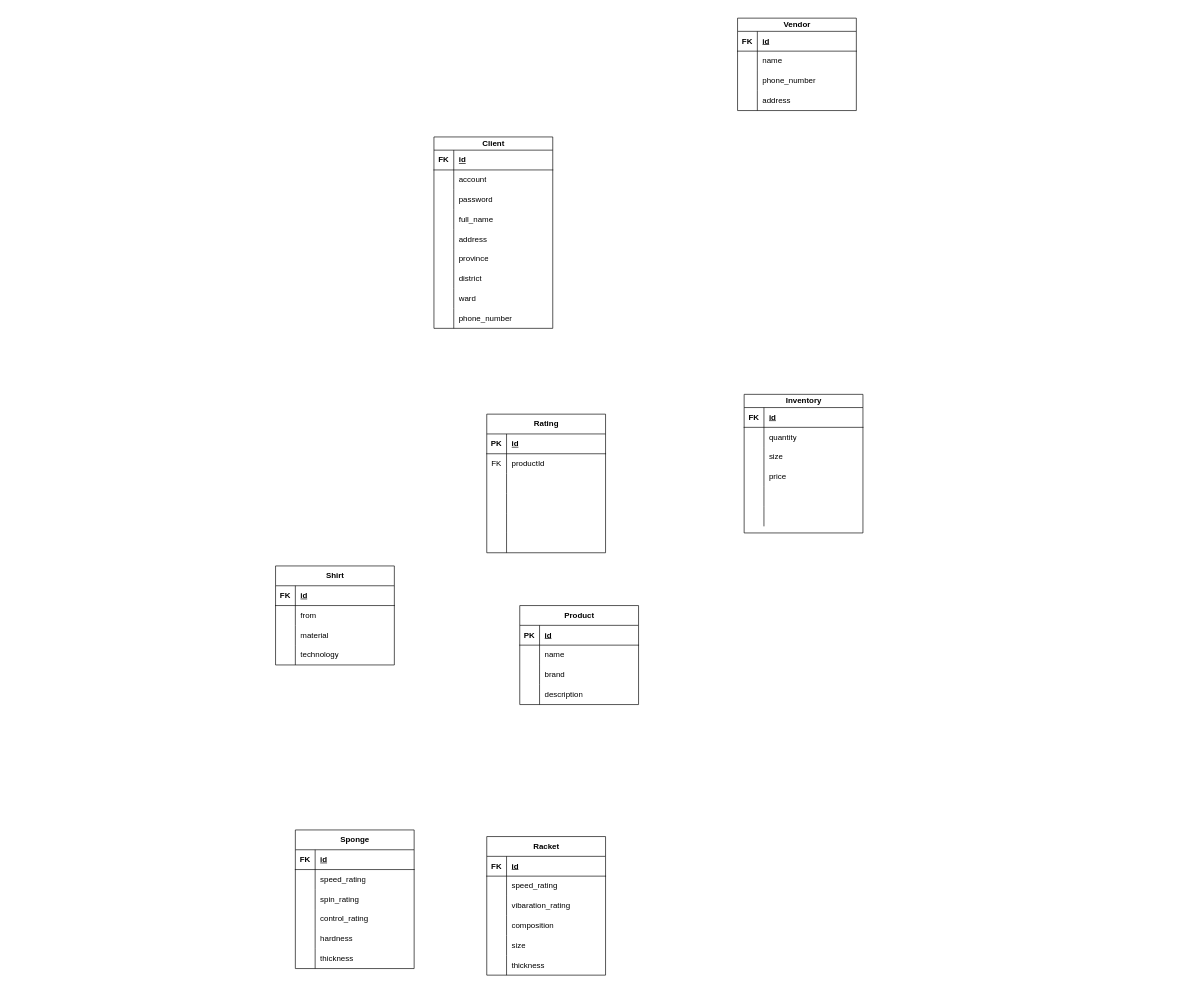
Earlier version of the draw.io diagram ClassDiagram.drawio (n0aHVN/TableTennisShop). Source tidied: cells renumbered, new cells numbered last; positions are measured from the earlier drawing's top-left corner, leaving out a move shared by most shapes. Both pictures are drawn from the tidied source at 66%, with x=0, y=0 at pixel (275, 18).
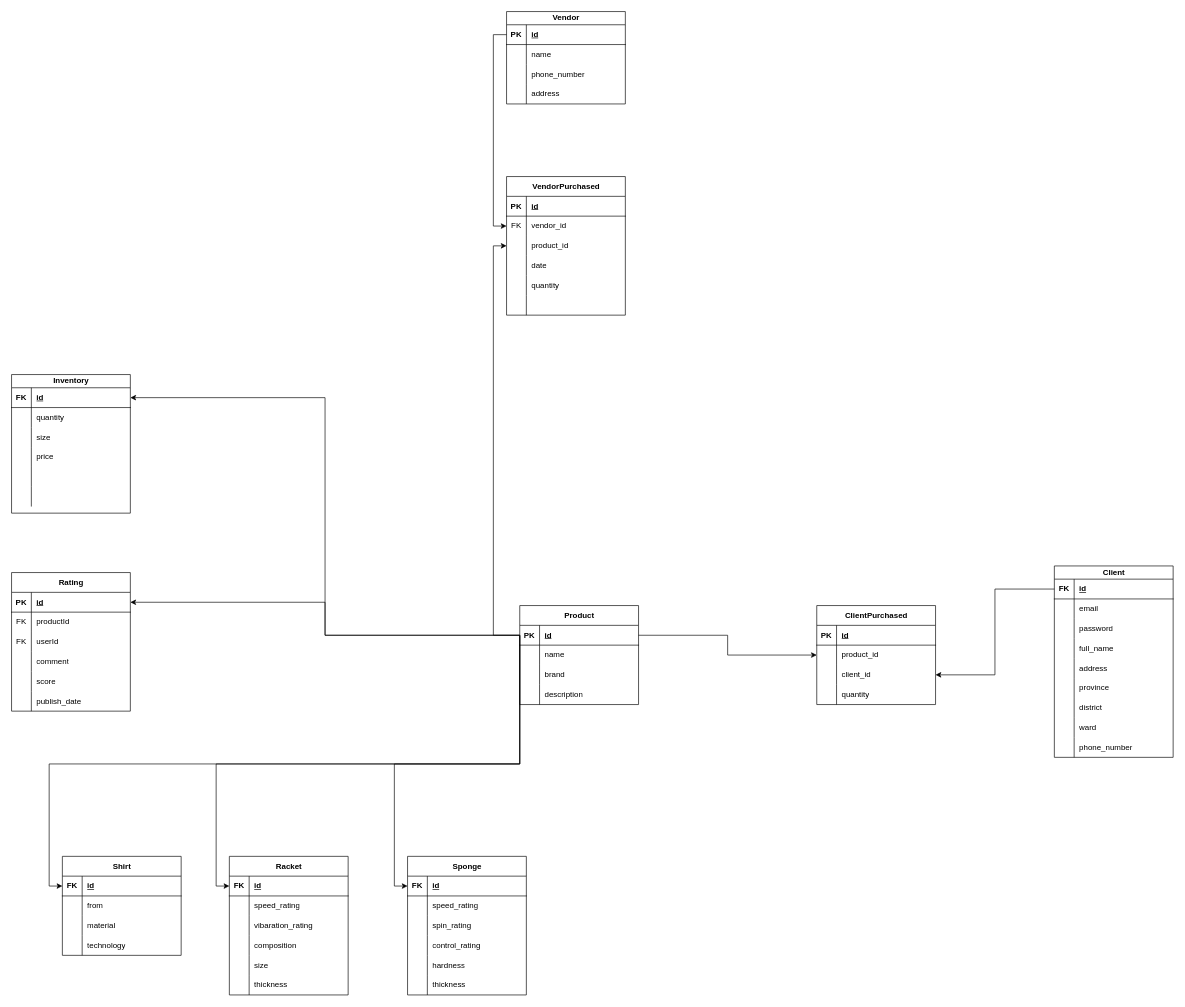
After the change.

Unchanged cells that the change refers to:
```xml
<mxCell id="3" style="shape=tableRow;horizontal=0;startSize=0;swimlaneHead=0;swimlaneBody=0;fillColor=none;points=[[0,0.5],[1,0.5]];portConstraint=eastwest;top=0;left=0;right=0;bottom=1;" parent="2" vertex="1">
  <mxGeometry y="30" width="180" height="30" as="geometry" />
</mxCell>
<mxCell id="22" style="shape=tableRow;horizontal=0;startSize=0;swimlaneHead=0;swimlaneBody=0;fillColor=none;points=[[0,0.5],[1,0.5]];portConstraint=eastwest;top=0;left=0;right=0;bottom=1;" parent="21" vertex="1">
  <mxGeometry y="30" width="180" height="30" as="geometry" />
</mxCell>
<mxCell id="28" style="shape=tableRow;horizontal=0;startSize=0;swimlaneHead=0;swimlaneBody=0;fillColor=none;top=0;left=0;right=0;bottom=0;" parent="21" vertex="1">
  <mxGeometry y="90" width="180" height="30" as="geometry" />
</mxCell>
<mxCell id="31" style="shape=tableRow;horizontal=0;startSize=0;swimlaneHead=0;swimlaneBody=0;fillColor=none;top=0;left=0;right=0;bottom=0;" parent="21" vertex="1">
  <mxGeometry y="120" width="180" height="30" as="geometry" />
</mxCell>
<mxCell id="34" style="shape=tableRow;horizontal=0;startSize=0;swimlaneHead=0;swimlaneBody=0;fillColor=none;top=0;left=0;right=0;bottom=0;" parent="21" vertex="1">
  <mxGeometry y="150" width="180" height="30" as="geometry" />
</mxCell>
<mxCell id="37" style="shape=tableRow;horizontal=0;startSize=0;swimlaneHead=0;swimlaneBody=0;fillColor=none;top=0;left=0;right=0;bottom=0;" parent="21" vertex="1">
  <mxGeometry y="180" width="180" height="30" as="geometry" />
</mxCell>
<mxCell id="41" style="shape=tableRow;horizontal=0;startSize=0;swimlaneHead=0;swimlaneBody=0;fillColor=none;points=[[0,0.5],[1,0.5]];portConstraint=eastwest;top=0;left=0;right=0;bottom=1;" parent="40" vertex="1">
  <mxGeometry y="30" width="180" height="30" as="geometry" />
</mxCell>
<mxCell id="60" style="shape=tableRow;horizontal=0;startSize=0;swimlaneHead=0;swimlaneBody=0;fillColor=none;points=[[0,0.5],[1,0.5]];portConstraint=eastwest;top=0;left=0;right=0;bottom=1;" parent="59" vertex="1">
  <mxGeometry y="30" width="180" height="30" as="geometry" />
</mxCell>
<mxCell id="73" style="shape=tableRow;horizontal=0;startSize=0;swimlaneHead=0;swimlaneBody=0;fillColor=none;points=[[0,0.5],[1,0.5]];portConstraint=eastwest;top=0;left=0;right=0;bottom=1;" parent="72" vertex="1">
  <mxGeometry y="20" width="180" height="30" as="geometry" />
</mxCell>
<mxCell id="92" style="shape=tableRow;horizontal=0;startSize=0;swimlaneHead=0;swimlaneBody=0;fillColor=none;points=[[0,0.5],[1,0.5]];portConstraint=eastwest;top=0;left=0;right=0;bottom=1;" parent="91" vertex="1">
  <mxGeometry y="30" width="180" height="30" as="geometry" />
</mxCell>
<mxCell id="105" style="shape=tableRow;horizontal=0;startSize=0;swimlaneHead=0;swimlaneBody=0;fillColor=none;points=[[0,0.5],[1,0.5]];portConstraint=eastwest;top=0;left=0;right=0;bottom=1;" parent="104" vertex="1">
  <mxGeometry y="20" width="180" height="30" as="geometry" />
</mxCell>
<mxCell id="108" style="shape=tableRow;horizontal=0;startSize=0;swimlaneHead=0;swimlaneBody=0;fillColor=none;top=0;left=0;right=0;bottom=0;" parent="104" vertex="1">
  <mxGeometry y="50" width="180" height="30" as="geometry" />
</mxCell>
<mxCell id="133" style="shape=tableRow;horizontal=0;startSize=0;swimlaneHead=0;swimlaneBody=0;fillColor=none;points=[[0,0.5],[1,0.5]];portConstraint=eastwest;top=0;left=0;right=0;bottom=1;" parent="132" vertex="1">
  <mxGeometry y="20" width="180" height="30" as="geometry" />
</mxCell>
```

The edit, as a diff of the source:
```diff
@@
     <mxCell id="2" value="Racket" style="shape=table;startSize=30;childLayout=tableLayout;rowLines=0;fontStyle=1;align=center;html=1;" parent="1" vertex="1">
-      <mxGeometry x="320" y="1240" width="180" height="210" as="geometry" />
+      <mxGeometry x="-70" y="1270" width="180" height="210" as="geometry" />
     </mxCell>
@@
     <mxCell id="21" value="Rating" style="shape=table;startSize=30;childLayout=tableLayout;rowLines=0;fontStyle=1;align=center;html=1;" parent="1" vertex="1">
-      <mxGeometry x="320" y="600" width="180" height="210" as="geometry" />
+      <mxGeometry x="-400" y="840" width="180" height="210" as="geometry" />
     </mxCell>
@@
-    <mxCell id="29" style="shape=partialRectangle;fillColor=none;top=0;left=0;bottom=0;right=0;overflow=hidden;whiteSpace=wrap;html=1;" parent="28" vertex="1">
+    <mxCell id="29" value="FK" style="shape=partialRectangle;fillColor=none;top=0;left=0;bottom=0;right=0;overflow=hidden;whiteSpace=wrap;html=1;" parent="28" vertex="1">
       <mxGeometry width="30" height="30" as="geometry" />
     </mxCell>
-    <mxCell id="30" style="shape=partialRectangle;fillColor=none;top=0;left=0;bottom=0;right=0;align=left;spacingLeft=6;overflow=hidden;whiteSpace=wrap;html=1;" parent="28" vertex="1">
+    <mxCell id="30" value="userId" style="shape=partialRectangle;fillColor=none;top=0;left=0;bottom=0;right=0;align=left;spacingLeft=6;overflow=hidden;whiteSpace=wrap;html=1;" parent="28" vertex="1">
       <mxGeometry x="30" width="150" height="30" as="geometry" />
     </mxCell>
@@
-    <mxCell id="33" style="shape=partialRectangle;fillColor=none;top=0;left=0;bottom=0;right=0;align=left;spacingLeft=6;overflow=hidden;whiteSpace=wrap;html=1;" parent="31" vertex="1">
+    <mxCell id="33" value="comment" style="shape=partialRectangle;fillColor=none;top=0;left=0;bottom=0;right=0;align=left;spacingLeft=6;overflow=hidden;whiteSpace=wrap;html=1;" parent="31" vertex="1">
       <mxGeometry x="30" width="150" height="30" as="geometry" />
     </mxCell>
@@
-    <mxCell id="36" style="shape=partialRectangle;fillColor=none;top=0;left=0;bottom=0;right=0;align=left;spacingLeft=6;overflow=hidden;whiteSpace=wrap;html=1;" parent="34" vertex="1">
+    <mxCell id="36" value="score" style="shape=partialRectangle;fillColor=none;top=0;left=0;bottom=0;right=0;align=left;spacingLeft=6;overflow=hidden;whiteSpace=wrap;html=1;" parent="34" vertex="1">
       <mxGeometry x="30" width="150" height="30" as="geometry" />
     </mxCell>
@@
-    <mxCell id="39" style="shape=partialRectangle;fillColor=none;top=0;left=0;bottom=0;right=0;align=left;spacingLeft=6;overflow=hidden;whiteSpace=wrap;html=1;" parent="37" vertex="1">
+    <mxCell id="39" value="publish_date" style="shape=partialRectangle;fillColor=none;top=0;left=0;bottom=0;right=0;align=left;spacingLeft=6;overflow=hidden;whiteSpace=wrap;html=1;" parent="37" vertex="1">
       <mxGeometry x="30" width="150" height="30" as="geometry" />
     </mxCell>
     <mxCell id="40" value="Sponge" style="shape=table;startSize=30;childLayout=tableLayout;rowLines=0;fontStyle=1;align=center;html=1;" parent="1" vertex="1">
-      <mxGeometry x="30" y="1230" width="180" height="210" as="geometry" />
+      <mxGeometry x="200" y="1270" width="180" height="210" as="geometry" />
     </mxCell>
@@
     <mxCell id="59" value="Shirt" style="shape=table;startSize=30;childLayout=tableLayout;rowLines=0;fontStyle=1;align=center;html=1;" parent="1" vertex="1">
-      <mxGeometry y="830" width="180" height="150" as="geometry" />
+      <mxGeometry x="-323" y="1270" width="180" height="150" as="geometry" />
     </mxCell>
@@
     <mxCell id="72" value="Inventory" style="shape=table;startSize=20;childLayout=tableLayout;rowLines=0;fontStyle=1;align=center;html=1;" parent="1" vertex="1">
-      <mxGeometry x="710" y="570" width="180" height="210" as="geometry" />
+      <mxGeometry x="-400" y="540" width="180" height="210" as="geometry" />
     </mxCell>
@@
     <mxCell id="104" value="Client" style="shape=table;startSize=20;childLayout=tableLayout;rowLines=0;fontStyle=1;align=center;html=1;" parent="1" vertex="1">
-      <mxGeometry x="240" y="180" width="180" height="290" as="geometry" />
+      <mxGeometry x="1180" y="830" width="180" height="290" as="geometry" />
     </mxCell>
@@
-    <mxCell id="110" value="account" style="shape=partialRectangle;fillColor=none;top=0;left=0;bottom=0;right=0;align=left;spacingLeft=6;overflow=hidden;whiteSpace=wrap;html=1;" parent="108" vertex="1">
+    <mxCell id="110" value="email" style="shape=partialRectangle;fillColor=none;top=0;left=0;bottom=0;right=0;align=left;spacingLeft=6;overflow=hidden;whiteSpace=wrap;html=1;" parent="108" vertex="1">
       <mxGeometry x="30" width="150" height="30" as="geometry" />
     </mxCell>
@@
     <mxCell id="132" value="Vendor" style="shape=table;startSize=20;childLayout=tableLayout;rowLines=0;fontStyle=1;align=center;html=1;" parent="1" vertex="1">
-      <mxGeometry x="700" width="180" height="140" as="geometry" />
+      <mxGeometry x="350" y="-10" width="180" height="140" as="geometry" />
     </mxCell>
@@
-    <mxCell id="134" value="FK" style="shape=partialRectangle;fillColor=none;top=0;left=0;bottom=0;right=0;fontStyle=1;overflow=hidden;whiteSpace=wrap;html=1;" parent="133" vertex="1">
+    <mxCell id="134" value="PK" style="shape=partialRectangle;fillColor=none;top=0;left=0;bottom=0;right=0;fontStyle=1;overflow=hidden;whiteSpace=wrap;html=1;" parent="133" vertex="1">
       <mxGeometry width="30" height="30" as="geometry" />
     </mxCell>
@@
+    <mxCell id="145" style="edgeStyle=orthogonalEdgeStyle;rounded=0;jettySize=auto;html=1;exitX=0;exitY=0.5;exitDx=0;exitDy=0;entryX=0;entryY=0.5;entryDx=0;entryDy=0;" parent="1" edge="1" source="92" target="41">
+      <mxGeometry relative="1" as="geometry">
+        <Array as="points">
+          <mxPoint x="370" y="1130" />
+          <mxPoint x="180" y="1130" />
+          <mxPoint x="180" y="1315" />
+        </Array>
+      </mxGeometry>
+    </mxCell>
+    <mxCell id="146" style="edgeStyle=orthogonalEdgeStyle;rounded=0;jettySize=auto;html=1;exitX=0;exitY=0.5;exitDx=0;exitDy=0;entryX=0;entryY=0.5;entryDx=0;entryDy=0;" parent="1" edge="1" source="92" target="3">
+      <mxGeometry relative="1" as="geometry">
+        <Array as="points">
+          <mxPoint x="370" y="1130" />
+          <mxPoint x="-90" y="1130" />
+          <mxPoint x="-90" y="1315" />
+        </Array>
+      </mxGeometry>
+    </mxCell>
+    <mxCell id="147" style="edgeStyle=orthogonalEdgeStyle;rounded=0;jettySize=auto;html=1;exitX=0;exitY=0.5;exitDx=0;exitDy=0;entryX=0;entryY=0.5;entryDx=0;entryDy=0;" parent="1" edge="1" source="92" target="60">
+      <mxGeometry relative="1" as="geometry">
+        <Array as="points">
+          <mxPoint x="370" y="1130" />
+          <mxPoint x="-343" y="1130" />
+          <mxPoint x="-343" y="1315" />
+        </Array>
+      </mxGeometry>
+    </mxCell>
+    <mxCell id="148" style="edgeStyle=orthogonalEdgeStyle;rounded=0;jettySize=auto;html=1;exitX=0;exitY=0.5;exitDx=0;exitDy=0;entryX=1;entryY=0.5;entryDx=0;entryDy=0;" parent="1" edge="1" source="92" target="22">
+      <mxGeometry relative="1" as="geometry" />
+    </mxCell>
+    <mxCell id="149" style="edgeStyle=orthogonalEdgeStyle;rounded=0;jettySize=auto;html=1;exitX=0;exitY=0.5;exitDx=0;exitDy=0;entryX=1;entryY=0.5;entryDx=0;entryDy=0;" parent="1" edge="1" source="92" target="73">
+      <mxGeometry relative="1" as="geometry" />
+    </mxCell>
+    <mxCell id="150" value="VendorPurchased" style="shape=table;startSize=30;childLayout=tableLayout;rowLines=0;fontStyle=1;align=center;html=1;" parent="1" vertex="1">
+      <mxGeometry x="350" y="240" width="180" height="210" as="geometry" />
+    </mxCell>
+    <mxCell id="151" style="shape=tableRow;horizontal=0;startSize=0;swimlaneHead=0;swimlaneBody=0;fillColor=none;top=0;left=0;right=0;bottom=1;" parent="150" vertex="1">
+      <mxGeometry y="30" width="180" height="30" as="geometry" />
+    </mxCell>
+    <mxCell id="152" value="PK" style="shape=partialRectangle;fillColor=none;top=0;left=0;bottom=0;right=0;fontStyle=1;overflow=hidden;whiteSpace=wrap;html=1;" parent="151" vertex="1">
+      <mxGeometry width="30" height="30" as="geometry" />
+    </mxCell>
+    <mxCell id="153" value="id" style="shape=partialRectangle;fillColor=none;top=0;left=0;bottom=0;right=0;align=left;spacingLeft=6;fontStyle=5;overflow=hidden;whiteSpace=wrap;html=1;" parent="151" vertex="1">
+      <mxGeometry x="30" width="150" height="30" as="geometry" />
+    </mxCell>
+    <mxCell id="154" style="shape=tableRow;horizontal=0;startSize=0;swimlaneHead=0;swimlaneBody=0;fillColor=none;points=[[0,0.5],[1,0.5]];portConstraint=eastwest;top=0;left=0;right=0;bottom=0;" parent="150" vertex="1">
+      <mxGeometry y="60" width="180" height="30" as="geometry" />
+    </mxCell>
+    <mxCell id="155" value="FK" style="shape=partialRectangle;fillColor=none;top=0;left=0;bottom=0;right=0;overflow=hidden;whiteSpace=wrap;html=1;" parent="154" vertex="1">
+      <mxGeometry width="30" height="30" as="geometry" />
+    </mxCell>
+    <mxCell id="156" value="vendor_id" style="shape=partialRectangle;fillColor=none;top=0;left=0;bottom=0;right=0;align=left;spacingLeft=6;overflow=hidden;whiteSpace=wrap;html=1;" parent="154" vertex="1">
+      <mxGeometry x="30" width="150" height="30" as="geometry" />
+    </mxCell>
+    <mxCell id="157" style="shape=tableRow;horizontal=0;startSize=0;swimlaneHead=0;swimlaneBody=0;fillColor=none;points=[[0,0.5],[1,0.5]];portConstraint=eastwest;top=0;left=0;right=0;bottom=0;" parent="150" vertex="1">
+      <mxGeometry y="90" width="180" height="30" as="geometry" />
+    </mxCell>
+    <mxCell id="158" style="shape=partialRectangle;fillColor=none;top=0;left=0;bottom=0;right=0;overflow=hidden;whiteSpace=wrap;html=1;" parent="157" vertex="1">
+      <mxGeometry width="30" height="30" as="geometry" />
+    </mxCell>
+    <mxCell id="159" value="product_id" style="shape=partialRectangle;fillColor=none;top=0;left=0;bottom=0;right=0;align=left;spacingLeft=6;overflow=hidden;whiteSpace=wrap;html=1;" parent="157" vertex="1">
+      <mxGeometry x="30" width="150" height="30" as="geometry" />
+    </mxCell>
+    <mxCell id="160" style="shape=tableRow;horizontal=0;startSize=0;swimlaneHead=0;swimlaneBody=0;fillColor=none;top=0;left=0;right=0;bottom=0;" parent="150" vertex="1">
+      <mxGeometry y="120" width="180" height="30" as="geometry" />
+    </mxCell>
+    <mxCell id="161" style="shape=partialRectangle;fillColor=none;top=0;left=0;bottom=0;right=0;overflow=hidden;whiteSpace=wrap;html=1;" parent="160" vertex="1">
+      <mxGeometry width="30" height="30" as="geometry" />
+    </mxCell>
+    <mxCell id="162" value="date" style="shape=partialRectangle;fillColor=none;top=0;left=0;bottom=0;right=0;align=left;spacingLeft=6;overflow=hidden;whiteSpace=wrap;html=1;" parent="160" vertex="1">
+      <mxGeometry x="30" width="150" height="30" as="geometry" />
+    </mxCell>
+    <mxCell id="163" style="shape=tableRow;horizontal=0;startSize=0;swimlaneHead=0;swimlaneBody=0;fillColor=none;top=0;left=0;right=0;bottom=0;" parent="150" vertex="1">
+      <mxGeometry y="150" width="180" height="30" as="geometry" />
+    </mxCell>
+    <mxCell id="164" style="shape=partialRectangle;fillColor=none;top=0;left=0;bottom=0;right=0;overflow=hidden;whiteSpace=wrap;html=1;" parent="163" vertex="1">
+      <mxGeometry width="30" height="30" as="geometry" />
+    </mxCell>
+    <mxCell id="165" value="quantity" style="shape=partialRectangle;fillColor=none;top=0;left=0;bottom=0;right=0;align=left;spacingLeft=6;overflow=hidden;whiteSpace=wrap;html=1;" parent="163" vertex="1">
+      <mxGeometry x="30" width="150" height="30" as="geometry" />
+    </mxCell>
+    <mxCell id="166" style="shape=tableRow;horizontal=0;startSize=0;swimlaneHead=0;swimlaneBody=0;fillColor=none;top=0;left=0;right=0;bottom=0;" parent="150" vertex="1">
+      <mxGeometry y="180" width="180" height="30" as="geometry" />
+    </mxCell>
+    <mxCell id="167" style="shape=partialRectangle;fillColor=none;top=0;left=0;bottom=0;right=0;overflow=hidden;whiteSpace=wrap;html=1;" parent="166" vertex="1">
+      <mxGeometry width="30" height="30" as="geometry" />
+    </mxCell>
+    <mxCell id="168" style="shape=partialRectangle;fillColor=none;top=0;left=0;bottom=0;right=0;align=left;spacingLeft=6;overflow=hidden;whiteSpace=wrap;html=1;" parent="166" vertex="1">
+      <mxGeometry x="30" width="150" height="30" as="geometry" />
+    </mxCell>
+    <mxCell id="169" style="edgeStyle=orthogonalEdgeStyle;rounded=0;jettySize=auto;html=1;exitX=0;exitY=0.5;exitDx=0;exitDy=0;entryX=0;entryY=0.5;entryDx=0;entryDy=0;" parent="1" edge="1" source="92" target="157">
+      <mxGeometry relative="1" as="geometry" />
+    </mxCell>
+    <mxCell id="170" style="edgeStyle=orthogonalEdgeStyle;rounded=0;jettySize=auto;html=1;exitX=0;exitY=0.5;exitDx=0;exitDy=0;entryX=0;entryY=0.5;entryDx=0;entryDy=0;" parent="1" edge="1" source="133" target="154">
+      <mxGeometry relative="1" as="geometry" />
+    </mxCell>
+    <mxCell id="171" value="ClientPurchased" style="shape=table;startSize=30;childLayout=tableLayout;rowLines=0;fontStyle=1;align=center;html=1;" parent="1" vertex="1">
+      <mxGeometry x="820" y="890" width="180" height="150" as="geometry" />
+    </mxCell>
+    <mxCell id="172" style="shape=tableRow;horizontal=0;startSize=0;swimlaneHead=0;swimlaneBody=0;fillColor=none;top=0;left=0;right=0;bottom=1;" parent="171" vertex="1">
+      <mxGeometry y="30" width="180" height="30" as="geometry" />
+    </mxCell>
+    <mxCell id="173" value="PK" style="shape=partialRectangle;fillColor=none;top=0;left=0;bottom=0;right=0;fontStyle=1;overflow=hidden;whiteSpace=wrap;html=1;" parent="172" vertex="1">
+      <mxGeometry width="30" height="30" as="geometry" />
+    </mxCell>
+    <mxCell id="174" value="id" style="shape=partialRectangle;fillColor=none;top=0;left=0;bottom=0;right=0;align=left;spacingLeft=6;fontStyle=5;overflow=hidden;whiteSpace=wrap;html=1;" parent="172" vertex="1">
+      <mxGeometry x="30" width="150" height="30" as="geometry" />
+    </mxCell>
+    <mxCell id="175" style="shape=tableRow;horizontal=0;startSize=0;swimlaneHead=0;swimlaneBody=0;fillColor=none;points=[[0,0.5],[1,0.5]];portConstraint=eastwest;top=0;left=0;right=0;bottom=0;" parent="171" vertex="1">
+      <mxGeometry y="60" width="180" height="30" as="geometry" />
+    </mxCell>
+    <mxCell id="176" style="shape=partialRectangle;fillColor=none;top=0;left=0;bottom=0;right=0;overflow=hidden;whiteSpace=wrap;html=1;" parent="175" vertex="1">
+      <mxGeometry width="30" height="30" as="geometry" />
+    </mxCell>
+    <mxCell id="177" value="product_id" style="shape=partialRectangle;fillColor=none;top=0;left=0;bottom=0;right=0;align=left;spacingLeft=6;overflow=hidden;whiteSpace=wrap;html=1;" parent="175" vertex="1">
+      <mxGeometry x="30" width="150" height="30" as="geometry" />
+    </mxCell>
+    <mxCell id="178" style="shape=tableRow;horizontal=0;startSize=0;swimlaneHead=0;swimlaneBody=0;fillColor=none;points=[[0,0.5],[1,0.5]];portConstraint=eastwest;top=0;left=0;right=0;bottom=0;" parent="171" vertex="1">
+      <mxGeometry y="90" width="180" height="30" as="geometry" />
+    </mxCell>
+    <mxCell id="179" style="shape=partialRectangle;fillColor=none;top=0;left=0;bottom=0;right=0;overflow=hidden;whiteSpace=wrap;html=1;" parent="178" vertex="1">
+      <mxGeometry width="30" height="30" as="geometry" />
+    </mxCell>
+    <mxCell id="180" value="client_id" style="shape=partialRectangle;fillColor=none;top=0;left=0;bottom=0;right=0;align=left;spacingLeft=6;overflow=hidden;whiteSpace=wrap;html=1;" parent="178" vertex="1">
+      <mxGeometry x="30" width="150" height="30" as="geometry" />
+    </mxCell>
+    <mxCell id="181" style="shape=tableRow;horizontal=0;startSize=0;swimlaneHead=0;swimlaneBody=0;fillColor=none;top=0;left=0;right=0;bottom=0;" parent="171" vertex="1">
+      <mxGeometry y="120" width="180" height="30" as="geometry" />
+    </mxCell>
+    <mxCell id="182" style="shape=partialRectangle;fillColor=none;top=0;left=0;bottom=0;right=0;overflow=hidden;whiteSpace=wrap;html=1;" parent="181" vertex="1">
+      <mxGeometry width="30" height="30" as="geometry" />
+    </mxCell>
+    <mxCell id="183" value="quantity" style="shape=partialRectangle;fillColor=none;top=0;left=0;bottom=0;right=0;align=left;spacingLeft=6;overflow=hidden;whiteSpace=wrap;html=1;" parent="181" vertex="1">
+      <mxGeometry x="30" width="150" height="30" as="geometry" />
+    </mxCell>
+    <mxCell id="184" style="edgeStyle=orthogonalEdgeStyle;rounded=0;jettySize=auto;html=1;exitX=1;exitY=0.5;exitDx=0;exitDy=0;entryX=0;entryY=0.5;entryDx=0;entryDy=0;" parent="1" edge="1" source="92" target="175">
+      <mxGeometry relative="1" as="geometry" />
+    </mxCell>
+    <mxCell id="185" style="edgeStyle=orthogonalEdgeStyle;rounded=0;jettySize=auto;html=1;exitX=0;exitY=0.5;exitDx=0;exitDy=0;entryX=1;entryY=0.5;entryDx=0;entryDy=0;" parent="1" edge="1" source="105" target="178">
+      <mxGeometry relative="1" as="geometry" />
+    </mxCell>
```
